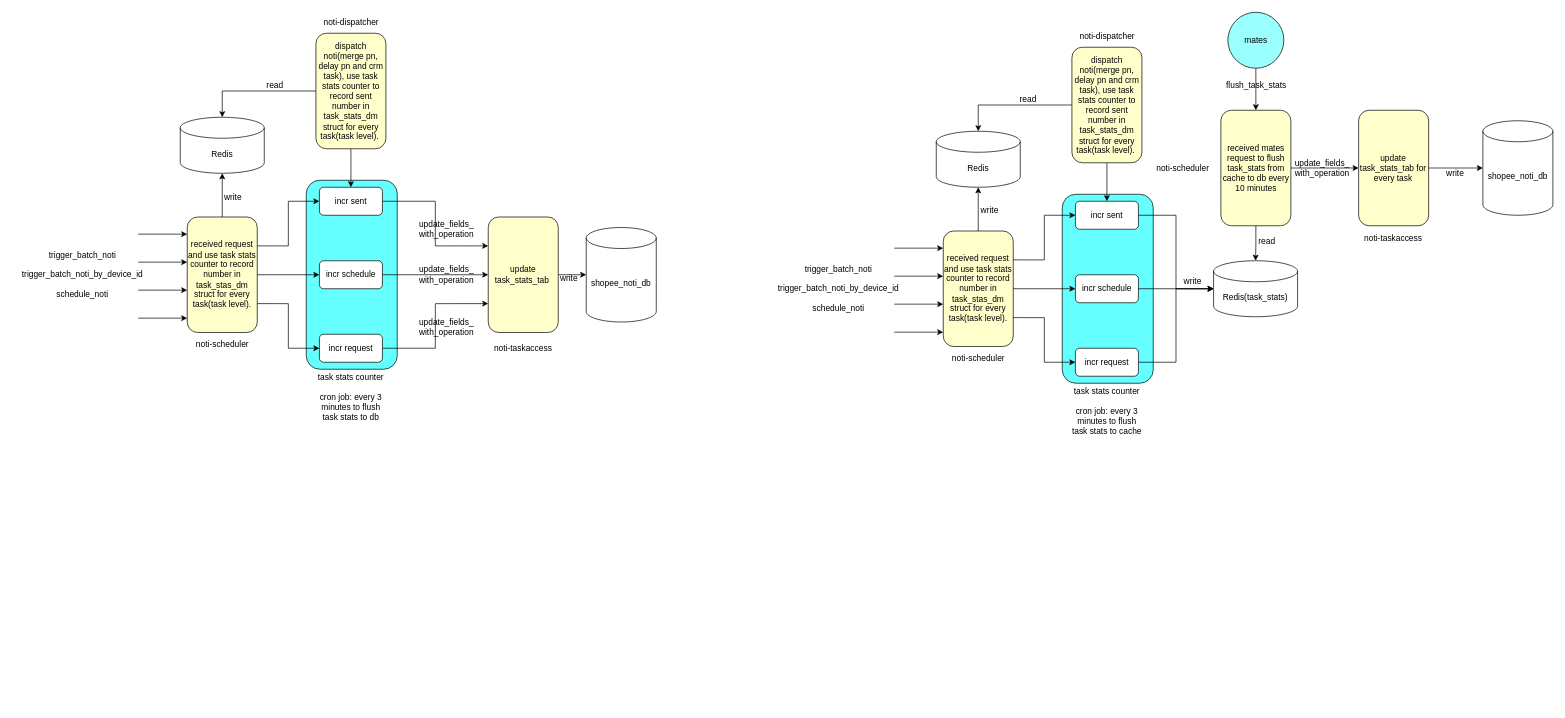
zzw55486402/20200626 keeps this draw.io diagram as task stats work flow.drawio. Above is the earlier version. Source tidied: cells renumbered, new cells numbered last; positions are measured from the earlier drawing's top-left corner, leaving out a move shared by most shapes. Both pictures are drawn from the tidied source at 70%, with x=0, y=0 at pixel (12, 12).
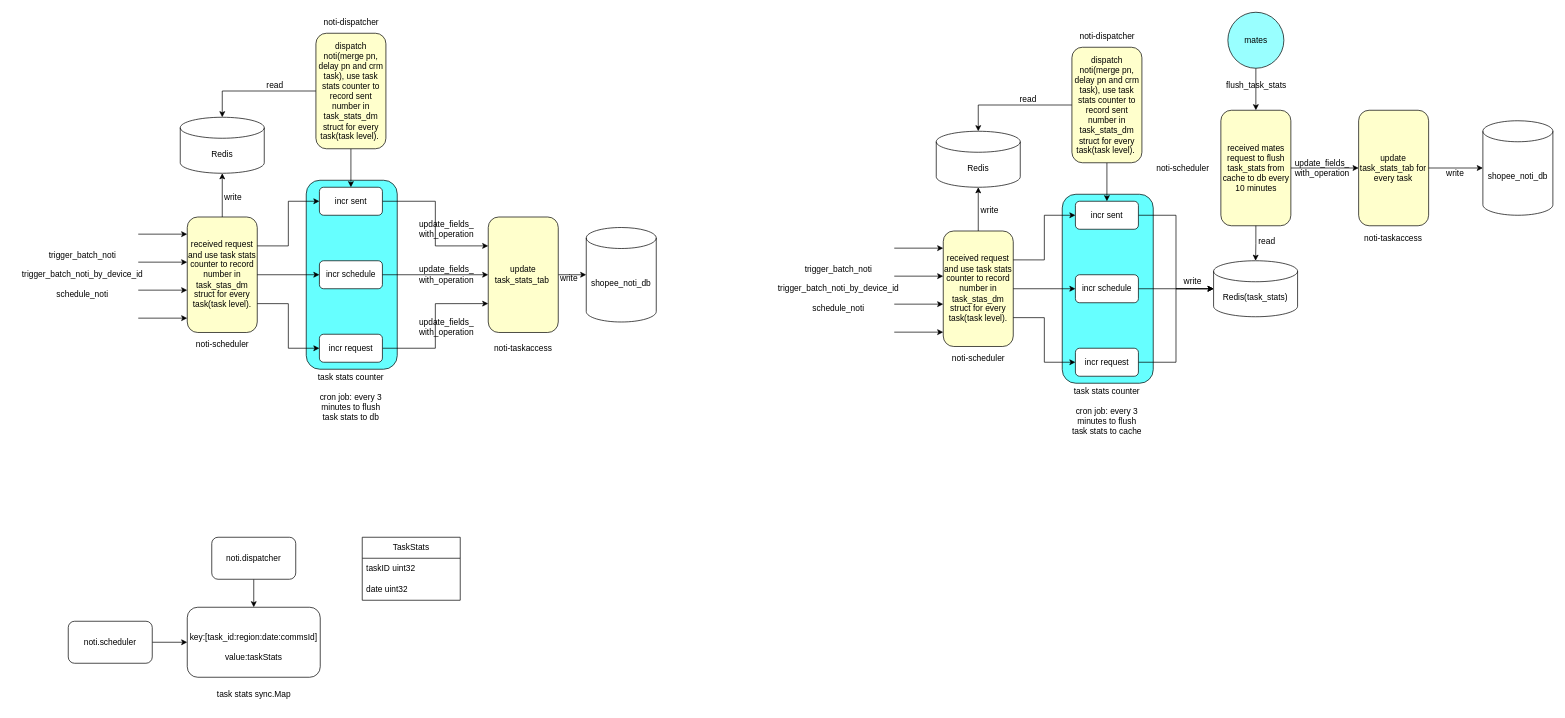
Above is the later version.

Change to the diagram source:
```diff
@@
+    <mxCell id="78" style="edgeStyle=orthogonalEdgeStyle;rounded=0;jettySize=auto;html=1;exitX=0.5;exitY=1;exitDx=0;exitDy=0;entryX=0.5;entryY=0;entryDx=0;entryDy=0;" parent="1" edge="1" source="79" target="82">
+      <mxGeometry relative="1" as="geometry" />
+    </mxCell>
+    <mxCell id="79" value="noti.dispatcher" style="rounded=1;whiteSpace=wrap;html=1;" parent="1" vertex="1">
+      <mxGeometry x="285" y="750" width="120" height="60" as="geometry" />
+    </mxCell>
+    <mxCell id="80" style="edgeStyle=orthogonalEdgeStyle;rounded=0;jettySize=auto;html=1;exitX=1;exitY=0.5;exitDx=0;exitDy=0;entryX=0;entryY=0.5;entryDx=0;entryDy=0;" parent="1" edge="1" source="81" target="82">
+      <mxGeometry relative="1" as="geometry" />
+    </mxCell>
+    <mxCell id="81" value="noti.scheduler" style="rounded=1;whiteSpace=wrap;html=1;" parent="1" vertex="1">
+      <mxGeometry x="80" y="870" width="120" height="60" as="geometry" />
+    </mxCell>
+    <mxCell id="82" value="&lt;br&gt;key:[task_id:region:date:commsId]&lt;br&gt;&lt;br&gt;value:taskStats" style="rounded=1;whiteSpace=wrap;html=1;" parent="1" vertex="1">
+      <mxGeometry x="250" y="850" width="190" height="100" as="geometry" />
+    </mxCell>
+    <mxCell id="83" value="task stats sync.Map" style="text;html=1;align=center;verticalAlign=middle;strokeColor=none;fillColor=none;" parent="1" vertex="1">
+      <mxGeometry x="280" y="960" width="130" height="30" as="geometry" />
+    </mxCell>
+    <mxCell id="84" value="TaskStats" style="swimlane;fontStyle=0;horizontal=1;startSize=30;whiteSpace=wrap;html=1;" parent="1" vertex="1">
+      <mxGeometry x="500" y="750" width="140" height="90" as="geometry" />
+    </mxCell>
+    <mxCell id="85" value="taskID uint32" style="text;strokeColor=none;fillColor=none;align=left;verticalAlign=middle;spacingLeft=4;spacingRight=4;overflow=hidden;whiteSpace=wrap;html=1;" parent="84" vertex="1">
+      <mxGeometry y="30" width="140" height="30" as="geometry" />
+    </mxCell>
+    <mxCell id="86" value="date uint32" style="text;strokeColor=none;fillColor=none;align=left;verticalAlign=middle;spacingLeft=4;spacingRight=4;overflow=hidden;whiteSpace=wrap;html=1;" parent="84" vertex="1">
+      <mxGeometry y="60" width="140" height="30" as="geometry" />
+    </mxCell>
```
